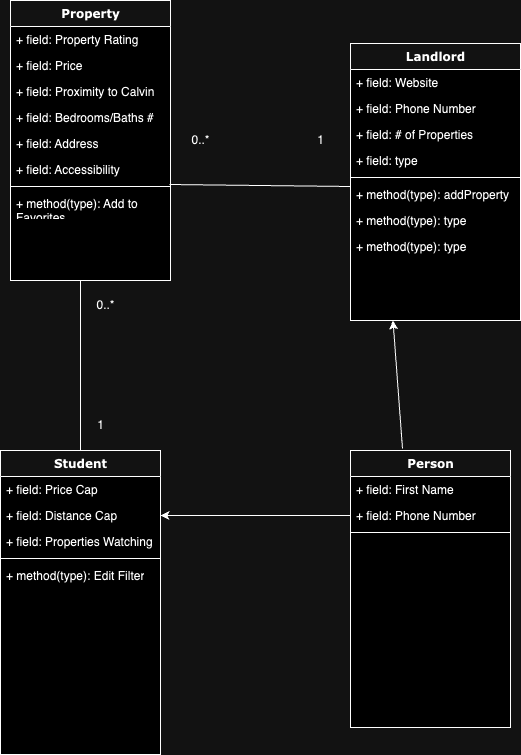
The draw.io diagram Domain Model.drawio.png in calvin-cs262-fall2024-teamG/Project, before a commit. Source tidied: cells renumbered, new cells last; positions are measured from the earlier drawing's top-left corner, leaving out a move shared by most shapes.
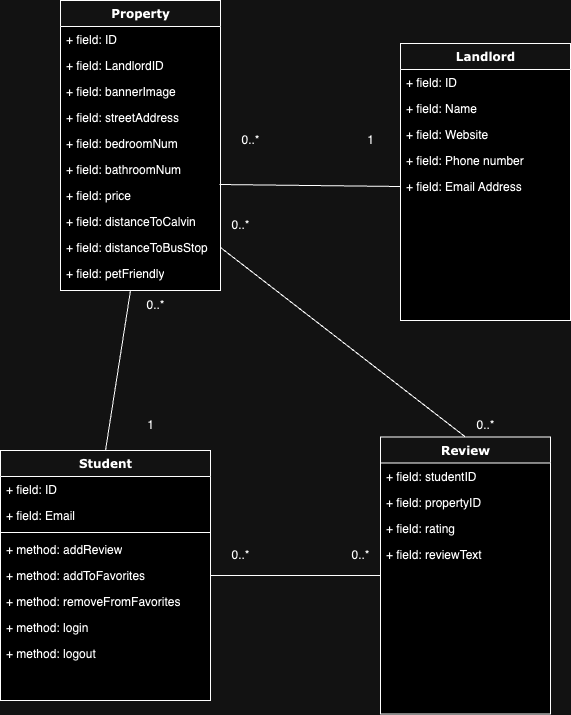
The same file after the commit.

Change to the diagram source:
```diff
@@ -3,77 +3,83 @@
     <mxCell id="0" />
     <mxCell id="1" parent="0" />
     <mxCell id="2" value="Property" style="swimlane;html=1;fontStyle=1;align=center;verticalAlign=top;horizontal=1;startSize=26;swimlaneFillColor=#ffffff;rounded=0;shadow=0;comic=0;labelBackgroundColor=none;strokeWidth=1;fillColor=none;fontFamily=Verdana;fontSize=12;" parent="1" vertex="1">
-      <mxGeometry x="10" width="160" height="280" as="geometry" />
+      <mxGeometry x="10" width="160" height="290" as="geometry" />
     </mxCell>
-    <mxCell id="3" value="+ field: Property Rating" style="text;html=1;strokeColor=none;fillColor=none;align=left;verticalAlign=top;spacingLeft=4;spacingRight=4;whiteSpace=wrap;overflow=hidden;" parent="2" vertex="1">
+    <mxCell id="3" value="+ field: ID" style="text;html=1;strokeColor=none;fillColor=none;align=left;verticalAlign=top;spacingLeft=4;spacingRight=4;whiteSpace=wrap;overflow=hidden;" parent="2" vertex="1">
       <mxGeometry y="26" width="160" height="26" as="geometry" />
     </mxCell>
-    <mxCell id="4" value="+ field: Price" style="text;html=1;strokeColor=none;fillColor=none;align=left;verticalAlign=top;spacingLeft=4;spacingRight=4;whiteSpace=wrap;overflow=hidden;" parent="2" vertex="1">
+    <mxCell id="4" value="+ field: LandlordID" style="text;html=1;strokeColor=none;fillColor=none;align=left;verticalAlign=top;spacingLeft=4;spacingRight=4;whiteSpace=wrap;overflow=hidden;" parent="2" vertex="1">
       <mxGeometry y="52" width="160" height="26" as="geometry" />
     </mxCell>
-    <mxCell id="5" value="+ field: Proximity to Calvin" style="text;html=1;strokeColor=none;fillColor=none;align=left;verticalAlign=top;spacingLeft=4;spacingRight=4;whiteSpace=wrap;overflow=hidden;" parent="2" vertex="1">
+    <mxCell id="5" value="+ field: bannerImage" style="text;html=1;strokeColor=none;fillColor=none;align=left;verticalAlign=top;spacingLeft=4;spacingRight=4;whiteSpace=wrap;overflow=hidden;" parent="2" vertex="1">
       <mxGeometry y="78" width="160" height="26" as="geometry" />
     </mxCell>
-    <mxCell id="6" value="+ field: Bedrooms/Baths #" style="text;html=1;strokeColor=none;fillColor=none;align=left;verticalAlign=top;spacingLeft=4;spacingRight=4;whiteSpace=wrap;overflow=hidden;" parent="2" vertex="1">
+    <mxCell id="6" value="+ field: streetAddress" style="text;html=1;strokeColor=none;fillColor=none;align=left;verticalAlign=top;spacingLeft=4;spacingRight=4;whiteSpace=wrap;overflow=hidden;" parent="2" vertex="1">
       <mxGeometry y="104" width="160" height="26" as="geometry" />
     </mxCell>
-    <mxCell id="7" value="+ field: Address" style="text;html=1;strokeColor=none;fillColor=none;align=left;verticalAlign=top;spacingLeft=4;spacingRight=4;whiteSpace=wrap;overflow=hidden;" parent="2" vertex="1">
+    <mxCell id="7" value="+ field: bedroomNum" style="text;html=1;strokeColor=none;fillColor=none;align=left;verticalAlign=top;spacingLeft=4;spacingRight=4;whiteSpace=wrap;overflow=hidden;" parent="2" vertex="1">
       <mxGeometry y="130" width="160" height="26" as="geometry" />
     </mxCell>
-    <mxCell id="8" value="+ field: Accessibility" style="text;html=1;strokeColor=none;fillColor=none;align=left;verticalAlign=top;spacingLeft=4;spacingRight=4;whiteSpace=wrap;overflow=hidden;points=[[0,0.5],[1,0.5]];portConstraint=eastwest;" parent="2" vertex="1">
+    <mxCell id="8" value="+ field: bathroomNum" style="text;html=1;strokeColor=none;fillColor=none;align=left;verticalAlign=top;spacingLeft=4;spacingRight=4;whiteSpace=wrap;overflow=hidden;points=[[0,0.5],[1,0.5]];portConstraint=eastwest;" parent="2" vertex="1">
       <mxGeometry y="156" width="160" height="26" as="geometry" />
     </mxCell>
-    <mxCell id="9" style="line;html=1;strokeWidth=1;fillColor=none;align=left;verticalAlign=middle;spacingTop=-1;spacingLeft=3;spacingRight=3;labelPosition=right;" parent="2" vertex="1">
-      <mxGeometry y="182" width="160" height="8" as="geometry" />
-    </mxCell>
-    <mxCell id="10" value="+ method(type): Add to Favorites" style="text;html=1;strokeColor=none;fillColor=none;align=left;verticalAlign=top;spacingLeft=4;spacingRight=4;whiteSpace=wrap;overflow=hidden;" parent="2" vertex="1">
-      <mxGeometry y="190" width="160" height="26" as="geometry" />
-    </mxCell>
+    <mxCell id="38" value="+ field: price" style="text;html=1;strokeColor=none;fillColor=none;align=left;verticalAlign=top;spacingLeft=4;spacingRight=4;whiteSpace=wrap;overflow=hidden;" parent="2" vertex="1">
+      <mxGeometry y="182" width="160" height="26" as="geometry" />
+    </mxCell>
+    <mxCell id="39" value="+ field: distanceToCalvin" style="text;html=1;strokeColor=none;fillColor=none;align=left;verticalAlign=top;spacingLeft=4;spacingRight=4;whiteSpace=wrap;overflow=hidden;" parent="2" vertex="1">
+      <mxGeometry y="208" width="160" height="26" as="geometry" />
+    </mxCell>
+    <mxCell id="40" value="+ field: distanceToBusStop" style="text;html=1;strokeColor=none;fillColor=none;align=left;verticalAlign=top;spacingLeft=4;spacingRight=4;whiteSpace=wrap;overflow=hidden;points=[[0,0.5],[1,0.5]];portConstraint=eastwest;" parent="2" vertex="1">
+      <mxGeometry y="234" width="160" height="26" as="geometry" />
+    </mxCell>
+    <mxCell id="41" value="+ field: petFriendly" style="text;html=1;strokeColor=none;fillColor=none;align=left;verticalAlign=top;spacingLeft=4;spacingRight=4;whiteSpace=wrap;overflow=hidden;" parent="2" vertex="1">
+      <mxGeometry y="260" width="160" height="26" as="geometry" />
+    </mxCell>
     <mxCell id="11" value="Landlord" style="swimlane;html=1;fontStyle=1;align=center;verticalAlign=top;horizontal=1;startSize=26;swimlaneFillColor=#ffffff;rounded=0;shadow=0;comic=0;labelBackgroundColor=none;strokeWidth=1;fillColor=none;fontFamily=Verdana;fontSize=12;" parent="1" vertex="1">
       <mxGeometry x="350" y="43" width="170" height="277" as="geometry" />
     </mxCell>
-    <mxCell id="12" value="+ field: Website" style="text;html=1;strokeColor=none;fillColor=none;align=left;verticalAlign=top;spacingLeft=4;spacingRight=4;whiteSpace=wrap;overflow=hidden;" parent="11" vertex="1">
+    <mxCell id="12" value="+ field: ID" style="text;html=1;strokeColor=none;fillColor=none;align=left;verticalAlign=top;spacingLeft=4;spacingRight=4;whiteSpace=wrap;overflow=hidden;" parent="11" vertex="1">
       <mxGeometry y="26" width="170" height="26" as="geometry" />
     </mxCell>
+    <mxCell id="14" value="+ field: Name" style="text;html=1;strokeColor=none;fillColor=none;align=left;verticalAlign=top;spacingLeft=4;spacingRight=4;whiteSpace=wrap;overflow=hidden;" parent="11" vertex="1">
+      <mxGeometry y="52" width="170" height="26" as="geometry" />
+    </mxCell>
-    <mxCell id="13" value="+ field: Phone Number" style="text;html=1;strokeColor=none;fillColor=none;align=left;verticalAlign=top;spacingLeft=4;spacingRight=4;whiteSpace=wrap;overflow=hidden;" parent="11" vertex="1">
-      <mxGeometry y="52" width="170" height="26" as="geometry" />
+    <mxCell id="13" value="+ field: Website" style="text;html=1;strokeColor=none;fillColor=none;align=left;verticalAlign=top;spacingLeft=4;spacingRight=4;whiteSpace=wrap;overflow=hidden;" parent="11" vertex="1">
+      <mxGeometry y="78" width="170" height="26" as="geometry" />
     </mxCell>
-    <mxCell id="14" value="+ field: # of Properties" style="text;html=1;strokeColor=none;fillColor=none;align=left;verticalAlign=top;spacingLeft=4;spacingRight=4;whiteSpace=wrap;overflow=hidden;" parent="11" vertex="1">
-      <mxGeometry y="78" width="170" height="26" as="geometry" />
-    </mxCell>
-    <mxCell id="15" value="+ field: type" style="text;html=1;strokeColor=none;fillColor=none;align=left;verticalAlign=top;spacingLeft=4;spacingRight=4;whiteSpace=wrap;overflow=hidden;" parent="11" vertex="1">
+    <mxCell id="15" value="+ field: Phone number" style="text;html=1;strokeColor=none;fillColor=none;align=left;verticalAlign=top;spacingLeft=4;spacingRight=4;whiteSpace=wrap;overflow=hidden;" parent="11" vertex="1">
       <mxGeometry y="104" width="170" height="26" as="geometry" />
     </mxCell>
-    <mxCell id="16" style="line;html=1;strokeWidth=1;fillColor=none;align=left;verticalAlign=middle;spacingTop=-1;spacingLeft=3;spacingRight=3;labelPosition=right;" parent="11" vertex="1">
-      <mxGeometry y="130" width="170" height="8" as="geometry" />
-    </mxCell>
-    <mxCell id="17" value="+ method(type): addProperty" style="text;html=1;strokeColor=none;fillColor=none;align=left;verticalAlign=top;spacingLeft=4;spacingRight=4;whiteSpace=wrap;overflow=hidden;" parent="11" vertex="1">
-      <mxGeometry y="138" width="170" height="26" as="geometry" />
-    </mxCell>
-    <mxCell id="18" value="+ method(type): type" style="text;html=1;strokeColor=none;fillColor=none;align=left;verticalAlign=top;spacingLeft=4;spacingRight=4;whiteSpace=wrap;overflow=hidden;" parent="11" vertex="1">
-      <mxGeometry y="164" width="170" height="26" as="geometry" />
-    </mxCell>
-    <mxCell id="19" value="+ method(type): type" style="text;html=1;strokeColor=none;fillColor=none;align=left;verticalAlign=top;spacingLeft=4;spacingRight=4;whiteSpace=wrap;overflow=hidden;" parent="11" vertex="1">
-      <mxGeometry y="190" width="170" height="26" as="geometry" />
-    </mxCell>
+    <mxCell id="42" value="+ field: Email Address" style="text;html=1;strokeColor=none;fillColor=none;align=left;verticalAlign=top;spacingLeft=4;spacingRight=4;whiteSpace=wrap;overflow=hidden;" parent="11" vertex="1">
+      <mxGeometry y="130" width="170" height="26" as="geometry" />
+    </mxCell>
     <mxCell id="20" value="Student" style="swimlane;html=1;fontStyle=1;align=center;verticalAlign=top;horizontal=1;startSize=26;swimlaneFillColor=#ffffff;rounded=0;shadow=0;comic=0;labelBackgroundColor=none;strokeWidth=1;fillColor=none;fontFamily=Verdana;fontSize=12;" parent="1" vertex="1">
-      <mxGeometry y="450" width="160" height="304" as="geometry" />
+      <mxGeometry x="-50" y="450" width="210" height="250" as="geometry" />
     </mxCell>
-    <mxCell id="21" value="+ field: Price Cap" style="text;html=1;strokeColor=none;fillColor=none;align=left;verticalAlign=top;spacingLeft=4;spacingRight=4;whiteSpace=wrap;overflow=hidden;" parent="20" vertex="1">
-      <mxGeometry y="26" width="160" height="26" as="geometry" />
+    <mxCell id="21" value="+ field: ID" style="text;html=1;strokeColor=none;fillColor=none;align=left;verticalAlign=top;spacingLeft=4;spacingRight=4;whiteSpace=wrap;overflow=hidden;" parent="20" vertex="1">
+      <mxGeometry y="26" width="210" height="26" as="geometry" />
     </mxCell>
-    <mxCell id="22" value="+ field: Distance Cap&amp;nbsp;" style="text;html=1;strokeColor=none;fillColor=none;align=left;verticalAlign=top;spacingLeft=4;spacingRight=4;whiteSpace=wrap;overflow=hidden;points=[[0,0.5],[1,0.5]];portConstraint=eastwest;" parent="20" vertex="1">
-      <mxGeometry y="52" width="160" height="26" as="geometry" />
+    <mxCell id="22" value="+ field: Email" style="text;html=1;strokeColor=none;fillColor=none;align=left;verticalAlign=top;spacingLeft=4;spacingRight=4;whiteSpace=wrap;overflow=hidden;points=[[0,0.5],[1,0.5]];portConstraint=eastwest;" parent="20" vertex="1">
+      <mxGeometry y="52" width="210" height="26" as="geometry" />
     </mxCell>
-    <mxCell id="23" value="+ field: Properties Watching" style="text;html=1;strokeColor=none;fillColor=none;align=left;verticalAlign=top;spacingLeft=4;spacingRight=4;whiteSpace=wrap;overflow=hidden;" parent="20" vertex="1">
-      <mxGeometry y="78" width="160" height="26" as="geometry" />
-    </mxCell>
     <mxCell id="24" style="line;html=1;strokeWidth=1;fillColor=none;align=left;verticalAlign=middle;spacingTop=-1;spacingLeft=3;spacingRight=3;labelPosition=right;" parent="20" vertex="1">
-      <mxGeometry y="104" width="160" height="8" as="geometry" />
+      <mxGeometry y="78" width="210" height="8" as="geometry" />
     </mxCell>
-    <mxCell id="25" value="+ method(type): Edit Filter" style="text;html=1;strokeColor=none;fillColor=none;align=left;verticalAlign=top;spacingLeft=4;spacingRight=4;whiteSpace=wrap;overflow=hidden;" parent="20" vertex="1">
-      <mxGeometry y="112" width="160" height="26" as="geometry" />
-    </mxCell>
+    <mxCell id="43" value="+ method: addReview&lt;div&gt;&lt;br&gt;&lt;/div&gt;" style="text;html=1;strokeColor=none;fillColor=none;align=left;verticalAlign=top;spacingLeft=4;spacingRight=4;whiteSpace=wrap;overflow=hidden;" parent="20" vertex="1">
+      <mxGeometry y="86" width="210" height="26" as="geometry" />
+    </mxCell>
+    <mxCell id="44" value="+ method: addToFavorites&lt;div&gt;&lt;br&gt;&lt;/div&gt;" style="text;html=1;strokeColor=none;fillColor=none;align=left;verticalAlign=top;spacingLeft=4;spacingRight=4;whiteSpace=wrap;overflow=hidden;" parent="20" vertex="1">
+      <mxGeometry y="112" width="210" height="26" as="geometry" />
+    </mxCell>
+    <mxCell id="45" value="+ method: removeFromFavorites&lt;div&gt;&lt;br&gt;&lt;/div&gt;" style="text;html=1;strokeColor=none;fillColor=none;align=left;verticalAlign=top;spacingLeft=4;spacingRight=4;whiteSpace=wrap;overflow=hidden;" parent="20" vertex="1">
+      <mxGeometry y="138" width="210" height="26" as="geometry" />
+    </mxCell>
+    <mxCell id="46" value="+ method: login" style="text;html=1;strokeColor=none;fillColor=none;align=left;verticalAlign=top;spacingLeft=4;spacingRight=4;whiteSpace=wrap;overflow=hidden;" parent="20" vertex="1">
+      <mxGeometry y="164" width="210" height="26" as="geometry" />
+    </mxCell>
+    <mxCell id="47" value="+ method: logout" style="text;html=1;strokeColor=none;fillColor=none;align=left;verticalAlign=top;spacingLeft=4;spacingRight=4;whiteSpace=wrap;overflow=hidden;" parent="20" vertex="1">
+      <mxGeometry y="190" width="210" height="26" as="geometry" />
+    </mxCell>
     <mxCell id="26" value="1" style="text;html=1;align=center;verticalAlign=middle;strokeColor=none;fillColor=none;" parent="1" vertex="1">
       <mxGeometry x="305" y="125" width="30" height="30" as="geometry" />
     </mxCell>
@@ -87,32 +93,47 @@
     </mxCell>
     <mxCell id="29" style="endArrow=none;html=1;rounded=0;exitX=0.5;exitY=0;exitDx=0;exitDy=0;" parent="1" edge="1" source="20">
       <mxGeometry relative="1" as="geometry">
-        <mxPoint x="80" y="280" as="targetPoint" />
+        <mxPoint x="80" y="290" as="targetPoint" />
       </mxGeometry>
     </mxCell>
-    <mxCell id="30" value="Person" style="swimlane;html=1;fontStyle=1;align=center;verticalAlign=top;horizontal=1;startSize=26;swimlaneFillColor=#ffffff;rounded=0;shadow=0;comic=0;labelBackgroundColor=none;strokeWidth=1;fillColor=none;fontFamily=Verdana;fontSize=12;" parent="1" vertex="1">
-      <mxGeometry x="350" y="450" width="160" height="277" as="geometry" />
-    </mxCell>
-    <mxCell id="31" value="+ field: First Name" style="text;html=1;strokeColor=none;fillColor=none;align=left;verticalAlign=top;spacingLeft=4;spacingRight=4;whiteSpace=wrap;overflow=hidden;" parent="30" vertex="1">
-      <mxGeometry y="26" width="160" height="26" as="geometry" />
-    </mxCell>
-    <mxCell id="32" value="+ field: Phone Number" style="text;html=1;strokeColor=none;fillColor=none;align=left;verticalAlign=top;spacingLeft=4;spacingRight=4;whiteSpace=wrap;overflow=hidden;points=[[0,0.5],[1,0.5]];portConstraint=eastwest;" parent="30" vertex="1">
-      <mxGeometry y="52" width="160" height="26" as="geometry" />
-    </mxCell>
-    <mxCell id="33" style="line;html=1;strokeWidth=1;fillColor=none;align=left;verticalAlign=middle;spacingTop=-1;spacingLeft=3;spacingRight=3;labelPosition=right;" parent="30" vertex="1">
-      <mxGeometry y="78" width="160" height="8" as="geometry" />
-    </mxCell>
-    <mxCell id="34" style="endArrow=classic;html=1;rounded=0;exitX=0;exitY=0.5;exitDx=0;exitDy=0;entryX=1;entryY=0.5;entryDx=0;entryDy=0;" parent="1" edge="1" source="32" target="22">
-      <mxGeometry relative="1" as="geometry" />
-    </mxCell>
-    <mxCell id="35" style="endArrow=classic;html=1;rounded=0;exitX=0.325;exitY=-0.007;exitDx=0;exitDy=0;entryX=0.25;entryY=1;entryDx=0;entryDy=0;exitPerimeter=0;" parent="1" edge="1" source="30" target="11">
-      <mxGeometry relative="1" as="geometry" />
-    </mxCell>
     <mxCell id="36" value="0..*" style="text;html=1;align=center;verticalAlign=middle;strokeColor=none;fillColor=none;" parent="1" vertex="1">
       <mxGeometry x="180" y="125" width="40" height="30" as="geometry" />
     </mxCell>
     <mxCell id="37" value="0..*" style="text;html=1;align=center;verticalAlign=middle;strokeColor=none;fillColor=none;" parent="1" vertex="1">
       <mxGeometry x="85" y="290" width="40" height="30" as="geometry" />
     </mxCell>
+    <mxCell id="48" value="Review" style="swimlane;html=1;fontStyle=1;align=center;verticalAlign=top;horizontal=1;startSize=26;swimlaneFillColor=#ffffff;rounded=0;shadow=0;comic=0;labelBackgroundColor=none;strokeWidth=1;fillColor=none;fontFamily=Verdana;fontSize=12;" parent="1" vertex="1">
+      <mxGeometry x="330" y="436.5" width="170" height="277" as="geometry" />
+    </mxCell>
+    <mxCell id="49" value="+ field: studentID" style="text;html=1;strokeColor=none;fillColor=none;align=left;verticalAlign=top;spacingLeft=4;spacingRight=4;whiteSpace=wrap;overflow=hidden;" parent="48" vertex="1">
+      <mxGeometry y="26" width="170" height="26" as="geometry" />
+    </mxCell>
+    <mxCell id="50" value="+ field: propertyID" style="text;html=1;strokeColor=none;fillColor=none;align=left;verticalAlign=top;spacingLeft=4;spacingRight=4;whiteSpace=wrap;overflow=hidden;" parent="48" vertex="1">
+      <mxGeometry y="52" width="170" height="26" as="geometry" />
+    </mxCell>
+    <mxCell id="51" value="+ field: rating" style="text;html=1;strokeColor=none;fillColor=none;align=left;verticalAlign=top;spacingLeft=4;spacingRight=4;whiteSpace=wrap;overflow=hidden;" parent="48" vertex="1">
+      <mxGeometry y="78" width="170" height="26" as="geometry" />
+    </mxCell>
+    <mxCell id="52" value="+ field: reviewText" style="text;html=1;strokeColor=none;fillColor=none;align=left;verticalAlign=top;spacingLeft=4;spacingRight=4;whiteSpace=wrap;overflow=hidden;" parent="48" vertex="1">
+      <mxGeometry y="104" width="170" height="26" as="geometry" />
+    </mxCell>
+    <mxCell id="53" style="endArrow=none;html=1;rounded=0;exitX=1;exitY=0.5;exitDx=0;exitDy=0;entryX=0;entryY=0.5;entryDx=0;entryDy=0;" parent="1" edge="1" source="20" target="48">
+      <mxGeometry relative="1" as="geometry" />
+    </mxCell>
+    <mxCell id="54" style="endArrow=none;html=1;rounded=0;exitX=1;exitY=0.5;exitDx=0;exitDy=0;entryX=0.5;entryY=0;entryDx=0;entryDy=0;" parent="1" edge="1" source="40" target="48">
+      <mxGeometry relative="1" as="geometry" />
+    </mxCell>
+    <mxCell id="55" value="0..*" style="text;html=1;align=center;verticalAlign=middle;strokeColor=none;fillColor=none;" parent="1" vertex="1">
+      <mxGeometry x="415" y="410" width="40" height="30" as="geometry" />
+    </mxCell>
+    <mxCell id="56" value="0..*" style="text;html=1;align=center;verticalAlign=middle;strokeColor=none;fillColor=none;" parent="1" vertex="1">
+      <mxGeometry x="170" y="210" width="40" height="30" as="geometry" />
+    </mxCell>
+    <mxCell id="57" value="0..*" style="text;html=1;align=center;verticalAlign=middle;strokeColor=none;fillColor=none;" parent="1" vertex="1">
+      <mxGeometry x="170" y="540" width="40" height="30" as="geometry" />
+    </mxCell>
+    <mxCell id="58" value="0..*" style="text;html=1;align=center;verticalAlign=middle;strokeColor=none;fillColor=none;" parent="1" vertex="1">
+      <mxGeometry x="290" y="540" width="40" height="30" as="geometry" />
+    </mxCell>
   </root>
 </mxGraphModel>
```
